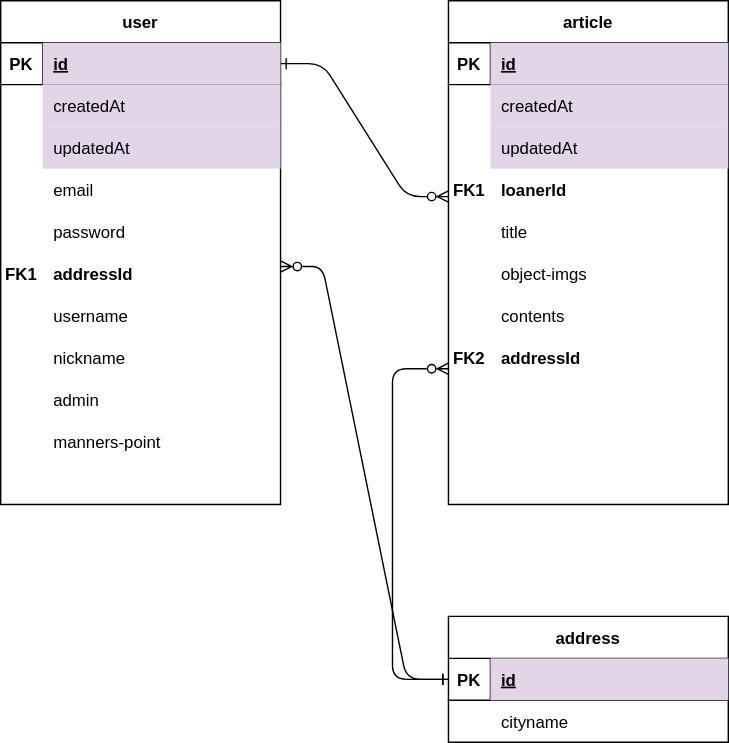
Above: docs/db/RentEase_ERD.drawio.svg in 1Dohyeon/RentEase (draw.io), before the change. Source tidied: cells renumbered, new cells last; positions are measured from the earlier drawing's top-left corner, leaving out a move shared by most shapes.
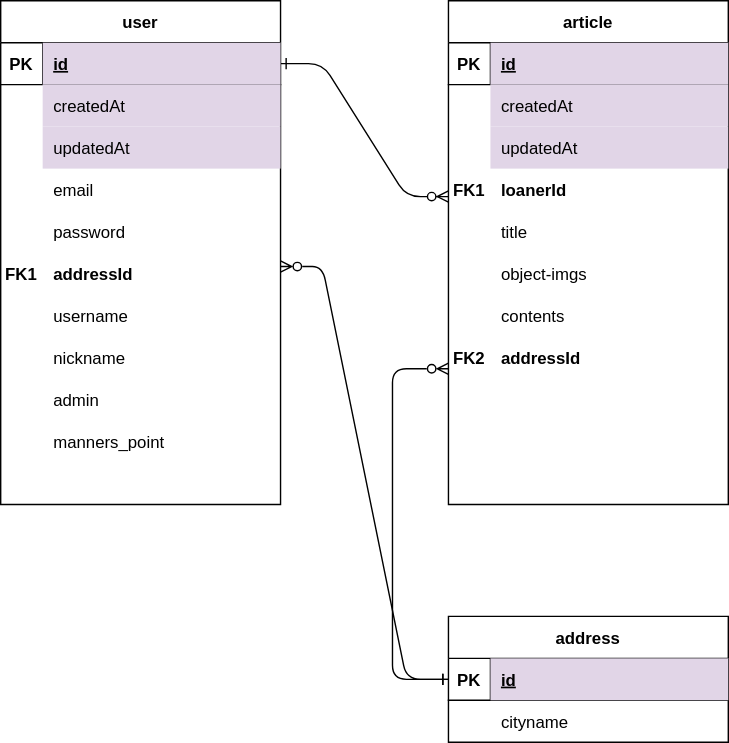
After the commit.

Commit message:
docs : 컬럼 변수 이름 수정

The edit, as a diff of the source:
```diff
@@ -82,7 +82,7 @@
     <mxCell id="26" value="contents" style="shape=partialRectangle;overflow=hidden;fillColor=none;top=0;left=0;bottom=0;right=0;align=left;spacingLeft=6;fontStyle=0;strokeColor=default;" parent="1" vertex="1">
       <mxGeometry x="350" y="210" width="170" height="30" as="geometry" />
     </mxCell>
-    <mxCell id="27" value="manners-point" style="shape=partialRectangle;overflow=hidden;fillColor=none;top=0;left=0;bottom=0;right=0;align=left;spacingLeft=6;fontStyle=0;strokeColor=default;" parent="1" vertex="1">
+    <mxCell id="27" value="manners_point" style="shape=partialRectangle;overflow=hidden;fillColor=none;top=0;left=0;bottom=0;right=0;align=left;spacingLeft=6;fontStyle=0;strokeColor=default;" parent="1" vertex="1">
       <mxGeometry x="30" y="300" width="170" height="30" as="geometry" />
     </mxCell>
     <mxCell id="28" value="address" style="shape=table;startSize=30;rowLines=0;fontStyle=1;align=center;" parent="1" vertex="1">
```
